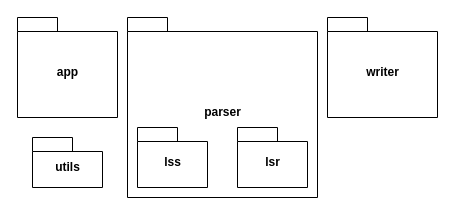
Delzye/bachelors_thesis_anton_mende keeps this draw.io diagram as img/drawio/i_package.drawio. Above is the earlier version. Source tidied: cells renumbered, new cells numbered last; positions are measured from the earlier drawing's top-left corner, leaving out a move shared by most shapes. Both pictures are drawn from the tidied source at 100%, with x=0, y=0 at pixel (17, 17).
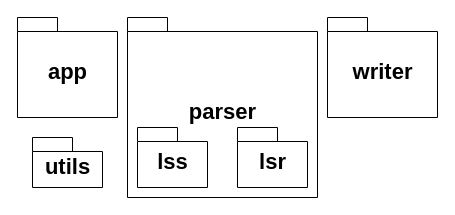
After the change.

The edit, as a diff of the source:
```diff
@@
 <mxGraphModel>
   <root>
     <mxCell id="0" />
     <mxCell id="1" parent="0" />
-    <mxCell id="2" value="app" style="shape=folder;fontStyle=1;spacingTop=10;tabWidth=40;tabHeight=14;tabPosition=left;html=1;" parent="1" vertex="1">
+    <mxCell id="2" value="&lt;font style=&quot;font-size: 22px&quot;&gt;app&lt;/font&gt;" style="shape=folder;fontStyle=1;spacingTop=10;tabWidth=40;tabHeight=14;tabPosition=left;html=1;" parent="1" vertex="1">
       <mxGeometry width="100" height="100" as="geometry" />
     </mxCell>
-    <mxCell id="3" value="parser" style="shape=folder;fontStyle=1;spacingTop=10;tabWidth=40;tabHeight=14;tabPosition=left;html=1;" parent="1" vertex="1">
+    <mxCell id="3" value="&lt;font style=&quot;font-size: 22px&quot;&gt;parser&lt;/font&gt;" style="shape=folder;fontStyle=1;spacingTop=10;tabWidth=40;tabHeight=14;tabPosition=left;html=1;" parent="1" vertex="1">
       <mxGeometry x="110" width="190" height="180" as="geometry" />
     </mxCell>
-    <mxCell id="4" value="writer" style="shape=folder;fontStyle=1;spacingTop=10;tabWidth=40;tabHeight=14;tabPosition=left;html=1;" parent="1" vertex="1">
+    <mxCell id="4" value="&lt;font style=&quot;font-size: 22px&quot;&gt;writer&lt;/font&gt;" style="shape=folder;fontStyle=1;spacingTop=10;tabWidth=40;tabHeight=14;tabPosition=left;html=1;" parent="1" vertex="1">
       <mxGeometry x="310" width="110" height="100" as="geometry" />
     </mxCell>
-    <mxCell id="5" value="lss" style="shape=folder;fontStyle=1;spacingTop=10;tabWidth=40;tabHeight=14;tabPosition=left;html=1;" parent="1" vertex="1">
+    <mxCell id="5" value="&lt;font style=&quot;font-size: 22px&quot;&gt;lss&lt;/font&gt;" style="shape=folder;fontStyle=1;spacingTop=10;tabWidth=40;tabHeight=14;tabPosition=left;html=1;" parent="1" vertex="1">
       <mxGeometry x="120" y="110" width="70" height="60" as="geometry" />
     </mxCell>
-    <mxCell id="6" value="lsr" style="shape=folder;fontStyle=1;spacingTop=10;tabWidth=40;tabHeight=14;tabPosition=left;html=1;" parent="1" vertex="1">
+    <mxCell id="6" value="&lt;font style=&quot;font-size: 22px&quot;&gt;lsr&lt;/font&gt;" style="shape=folder;fontStyle=1;spacingTop=10;tabWidth=40;tabHeight=14;tabPosition=left;html=1;" parent="1" vertex="1">
       <mxGeometry x="220" y="110" width="70" height="60" as="geometry" />
     </mxCell>
-    <mxCell id="7" value="utils" style="shape=folder;fontStyle=1;spacingTop=10;tabWidth=40;tabHeight=14;tabPosition=left;html=1;" parent="1" vertex="1">
+    <mxCell id="7" value="&lt;font style=&quot;font-size: 22px&quot;&gt;utils&lt;/font&gt;" style="shape=folder;fontStyle=1;spacingTop=10;tabWidth=40;tabHeight=14;tabPosition=left;html=1;" parent="1" vertex="1">
       <mxGeometry x="15" y="120" width="70" height="50" as="geometry" />
     </mxCell>
   </root>
 </mxGraphModel>
```
